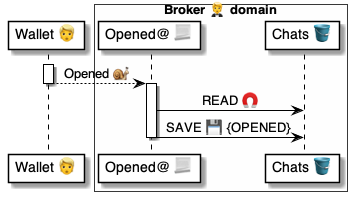
Before: 4 ⚙️ Solution/20 🧑‍🦰 UI/Brokers 🤵/🤵🅰️ Broker methods/Chats 💬 Opened 🧑‍🦰🐌🤵/🤵 Opened ⚙️ uml.png, a diagram exported from PlantUML (pollyweb-org/pollyweb-docs). Its source is kept beside it as 4 ⚙️ Solution/20 🧑‍🦰 UI/Brokers 🤵/🤵🅰️ Broker methods/Chats 💬 Opened 🧑‍🦰🐌🤵/🤵 Opened ⚙️ uml.puml.
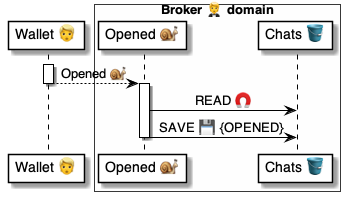
The same file after the commit.

What changed in the source:
```diff
@@ -3,7 +3,7 @@
 participant "Wallet 👱" as wallet
 
 box "Broker 🤵 domain"  #FFFFFA
-    participant "Opened@ 📃" as broker
+    participant "Opened 🐌" as broker
     participant "Chats 🪣" as chats
 end box
 
```
